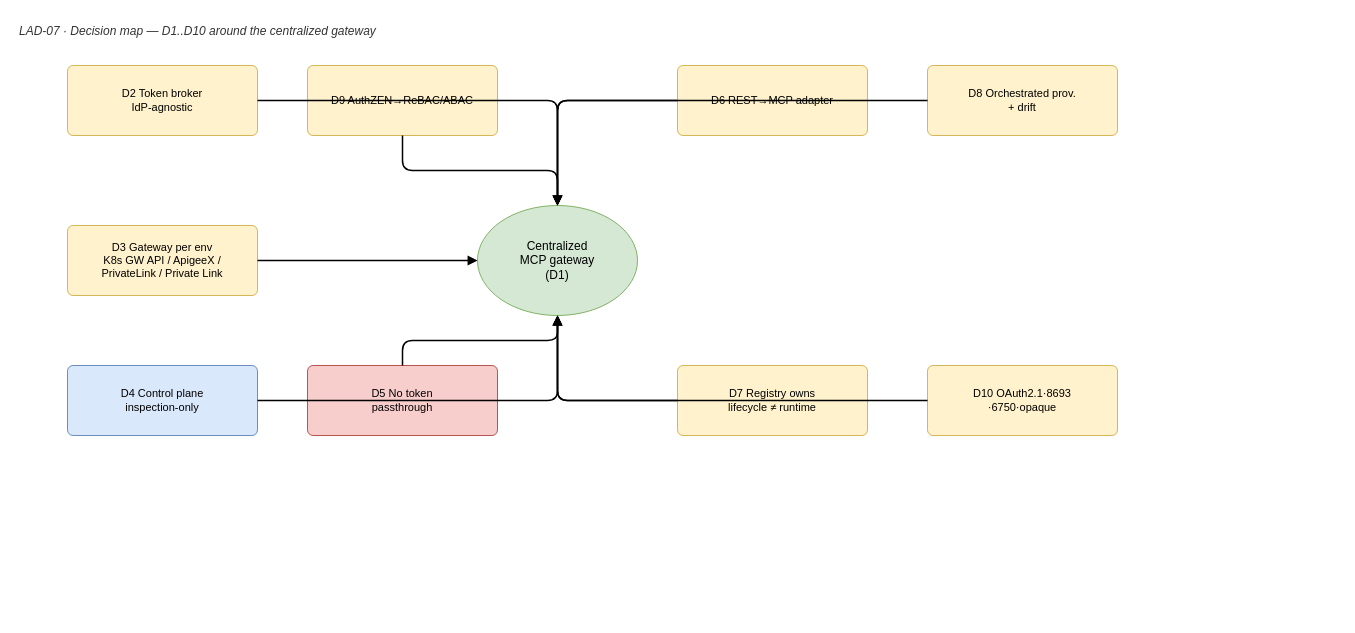
The draw.io diagram page "LAD-07-Decisions" (7 of 7) of docs/archi/taas-lad.drawio in msellamiTN/taas-provenance-discovery, before the edit. Source tidied: cells renumbered, new cells numbered last; positions are measured from the earlier drawing's top-left corner, leaving out a move shared by most shapes. Both pictures are drawn from the tidied source at 100%, with x=0, y=0 at pixel (17, 17).
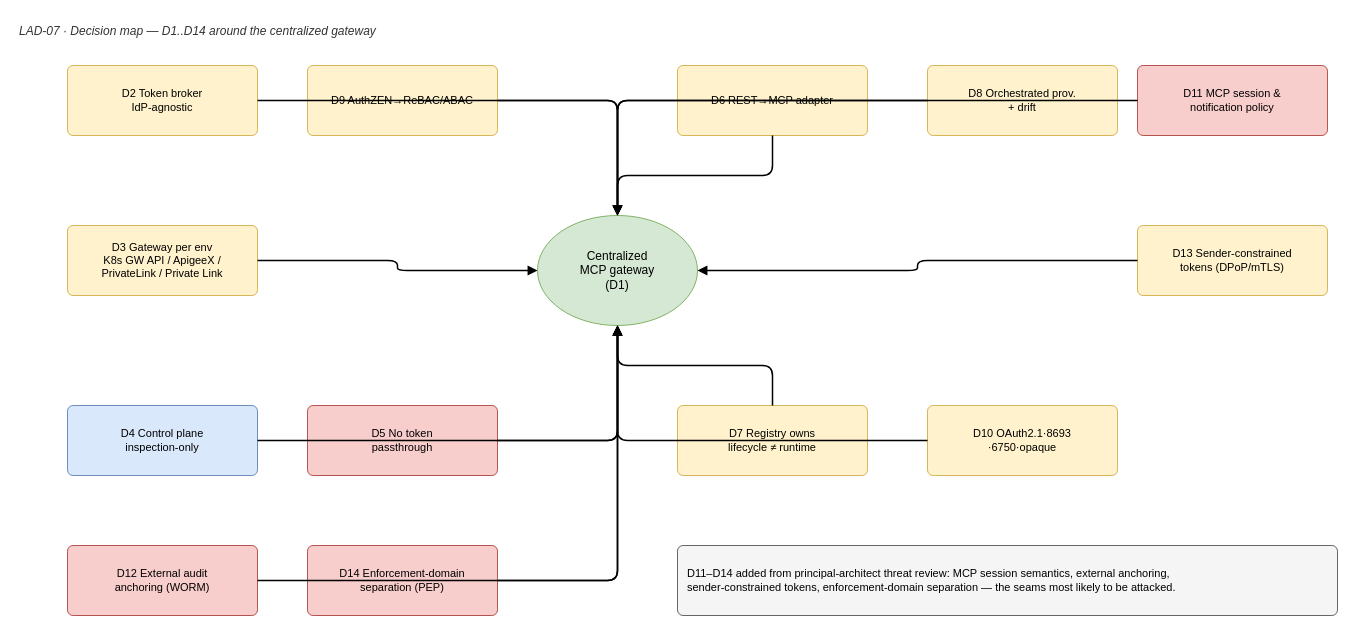
The same diagram, later.

Commit message (it also covers changes not shown here):
docs(archi): fold principal-architect threat review into megaplan/LAD/PAD/extension; add STU-07 gap map

The change refers to these unchanged cells:
```xml
<mxCell id="4" value="D2 Token broker&lt;br&gt;IdP-agnostic" style="rounded=1;whiteSpace=wrap;html=1;fontSize=11;arcSize=8;align=center;verticalAlign=middle;fillColor=#fff2cc;strokeColor=#d6b656;" parent="1" vertex="1">
  <mxGeometry x="50" y="48" width="190" height="70" as="geometry" />
</mxCell>
<mxCell id="5" value="D9 AuthZEN→ReBAC/ABAC" style="rounded=1;whiteSpace=wrap;html=1;fontSize=11;arcSize=8;align=center;verticalAlign=middle;fillColor=#fff2cc;strokeColor=#d6b656;" parent="1" vertex="1">
  <mxGeometry x="290" y="48" width="190" height="70" as="geometry" />
</mxCell>
<mxCell id="6" value="D6 REST→MCP adapter" style="rounded=1;whiteSpace=wrap;html=1;fontSize=11;arcSize=8;align=center;verticalAlign=middle;fillColor=#fff2cc;strokeColor=#d6b656;" parent="1" vertex="1">
  <mxGeometry x="660" y="48" width="190" height="70" as="geometry" />
</mxCell>
<mxCell id="7" value="D8 Orchestrated prov.&lt;br&gt;+ drift" style="rounded=1;whiteSpace=wrap;html=1;fontSize=11;arcSize=8;align=center;verticalAlign=middle;fillColor=#fff2cc;strokeColor=#d6b656;" parent="1" vertex="1">
  <mxGeometry x="910" y="48" width="190" height="70" as="geometry" />
</mxCell>
<mxCell id="8" value="D3 Gateway per env&lt;br&gt;K8s GW API / ApigeeX /&lt;br&gt;PrivateLink / Private Link" style="rounded=1;whiteSpace=wrap;html=1;fontSize=11;arcSize=8;align=center;verticalAlign=middle;fillColor=#fff2cc;strokeColor=#d6b656;" parent="1" vertex="1">
  <mxGeometry x="50" y="208" width="190" height="70" as="geometry" />
</mxCell>
```

What changed in the source:
```diff
@@
-    <mxCell id="2" value="LAD-07 · Decision map — D1..D10 around the centralized gateway" style="text;html=1;fontSize=12;fontStyle=2;fontColor=#333333;" parent="1" vertex="1">
+    <mxCell id="2" value="LAD-07 · Decision map — D1..D14 around the centralized gateway" style="text;html=1;fontSize=12;fontStyle=2;fontColor=#333333;" parent="1" vertex="1">
       <mxGeometry width="1200" height="26" as="geometry" />
     </mxCell>
     <mxCell id="3" value="Centralized&lt;br&gt;MCP gateway&lt;br&gt;(D1)" style="ellipse;whiteSpace=wrap;html=1;fontSize=12;fillColor=#d5e8d4;strokeColor=#82b366;" parent="1" vertex="1">
-      <mxGeometry x="460" y="188" width="160" height="110" as="geometry" />
+      <mxGeometry x="520" y="198" width="160" height="110" as="geometry" />
     </mxCell>
@@
+    <mxCell id="22" value="D11 MCP session &amp;&lt;br&gt;notification policy" style="rounded=1;whiteSpace=wrap;html=1;fontSize=11;arcSize=8;align=center;verticalAlign=middle;fillColor=#f8cecc;strokeColor=#b85450;" parent="1" vertex="1">
+      <mxGeometry x="1120" y="48" width="190" height="70" as="geometry" />
+    </mxCell>
@@
+    <mxCell id="23" value="D13 Sender-constrained&lt;br&gt;tokens (DPoP/mTLS)" style="rounded=1;whiteSpace=wrap;html=1;fontSize=11;arcSize=8;align=center;verticalAlign=middle;fillColor=#fff2cc;strokeColor=#d6b656;" parent="1" vertex="1">
+      <mxGeometry x="1120" y="208" width="190" height="70" as="geometry" />
+    </mxCell>
     <mxCell id="9" value="D5 No token&lt;br&gt;passthrough" style="rounded=1;whiteSpace=wrap;html=1;fontSize=11;arcSize=8;align=center;verticalAlign=middle;fillColor=#f8cecc;strokeColor=#b85450;" parent="1" vertex="1">
-      <mxGeometry x="290" y="348" width="190" height="70" as="geometry" />
+      <mxGeometry x="290" y="388" width="190" height="70" as="geometry" />
     </mxCell>
     <mxCell id="10" value="D4 Control plane&lt;br&gt;inspection-only" style="rounded=1;whiteSpace=wrap;html=1;fontSize=11;arcSize=8;align=center;verticalAlign=middle;fillColor=#dae8fc;strokeColor=#6c8ebf;" parent="1" vertex="1">
-      <mxGeometry x="50" y="348" width="190" height="70" as="geometry" />
+      <mxGeometry x="50" y="388" width="190" height="70" as="geometry" />
     </mxCell>
     <mxCell id="11" value="D7 Registry owns&lt;br&gt;lifecycle ≠ runtime" style="rounded=1;whiteSpace=wrap;html=1;fontSize=11;arcSize=8;align=center;verticalAlign=middle;fillColor=#fff2cc;strokeColor=#d6b656;" parent="1" vertex="1">
-      <mxGeometry x="660" y="348" width="190" height="70" as="geometry" />
+      <mxGeometry x="660" y="388" width="190" height="70" as="geometry" />
     </mxCell>
     <mxCell id="12" value="D10 OAuth2.1·8693&lt;br&gt;·6750·opaque" style="rounded=1;whiteSpace=wrap;html=1;fontSize=11;arcSize=8;align=center;verticalAlign=middle;fillColor=#fff2cc;strokeColor=#d6b656;" parent="1" vertex="1">
-      <mxGeometry x="910" y="348" width="190" height="70" as="geometry" />
+      <mxGeometry x="910" y="388" width="190" height="70" as="geometry" />
     </mxCell>
-    <mxCell id="13" style="edgeStyle=orthogonalEdgeStyle;rounded=1;html=1;fontSize=10;endArrow=block;strokeWidth=1.5;" parent="1" edge="1" source="4" target="3">
-      <mxGeometry relative="1" as="geometry" />
-    </mxCell>
-    <mxCell id="14" style="edgeStyle=orthogonalEdgeStyle;rounded=1;html=1;fontSize=10;endArrow=block;strokeWidth=1.5;" parent="1" edge="1" source="5" target="3">
-      <mxGeometry relative="1" as="geometry" />
-    </mxCell>
-    <mxCell id="15" style="edgeStyle=orthogonalEdgeStyle;rounded=1;html=1;fontSize=10;endArrow=block;strokeWidth=1.5;" parent="1" edge="1" source="6" target="3">
-      <mxGeometry relative="1" as="geometry" />
-    </mxCell>
-    <mxCell id="16" style="edgeStyle=orthogonalEdgeStyle;rounded=1;html=1;fontSize=10;endArrow=block;strokeWidth=1.5;" parent="1" edge="1" source="7" target="3">
-      <mxGeometry relative="1" as="geometry" />
-    </mxCell>
+    <mxCell id="24" value="D12 External audit&lt;br&gt;anchoring (WORM)" style="rounded=1;whiteSpace=wrap;html=1;fontSize=11;arcSize=8;align=center;verticalAlign=middle;fillColor=#f8cecc;strokeColor=#b85450;" parent="1" vertex="1">
+      <mxGeometry x="50" y="528" width="190" height="70" as="geometry" />
+    </mxCell>
+    <mxCell id="25" value="D14 Enforcement-domain&lt;br&gt;separation (PEP)" style="rounded=1;whiteSpace=wrap;html=1;fontSize=11;arcSize=8;align=center;verticalAlign=middle;fillColor=#f8cecc;strokeColor=#b85450;" parent="1" vertex="1">
+      <mxGeometry x="290" y="528" width="190" height="70" as="geometry" />
+    </mxCell>
-    <mxCell id="17" style="edgeStyle=orthogonalEdgeStyle;rounded=1;html=1;fontSize=10;endArrow=block;strokeWidth=1.5;" parent="1" edge="1" source="8" target="3">
+    <mxCell id="17" style="edgeStyle=orthogonalEdgeStyle;rounded=1;html=1;fontSize=10;endArrow=block;strokeWidth=1.5;" parent="1" edge="1" source="4" target="3">
       <mxGeometry relative="1" as="geometry" />
     </mxCell>
-    <mxCell id="18" style="edgeStyle=orthogonalEdgeStyle;rounded=1;html=1;fontSize=10;endArrow=block;strokeWidth=1.5;" parent="1" edge="1" source="9" target="3">
+    <mxCell id="18" style="edgeStyle=orthogonalEdgeStyle;rounded=1;html=1;fontSize=10;endArrow=block;strokeWidth=1.5;" parent="1" edge="1" source="5" target="3">
       <mxGeometry relative="1" as="geometry" />
     </mxCell>
-    <mxCell id="19" style="edgeStyle=orthogonalEdgeStyle;rounded=1;html=1;fontSize=10;endArrow=block;strokeWidth=1.5;" parent="1" edge="1" source="10" target="3">
+    <mxCell id="19" style="edgeStyle=orthogonalEdgeStyle;rounded=1;html=1;fontSize=10;endArrow=block;strokeWidth=1.5;" parent="1" edge="1" source="6" target="3">
       <mxGeometry relative="1" as="geometry" />
     </mxCell>
-    <mxCell id="20" style="edgeStyle=orthogonalEdgeStyle;rounded=1;html=1;fontSize=10;endArrow=block;strokeWidth=1.5;" parent="1" edge="1" source="11" target="3">
+    <mxCell id="20" style="edgeStyle=orthogonalEdgeStyle;rounded=1;html=1;fontSize=10;endArrow=block;strokeWidth=1.5;" parent="1" edge="1" source="7" target="3">
       <mxGeometry relative="1" as="geometry" />
     </mxCell>
-    <mxCell id="21" style="edgeStyle=orthogonalEdgeStyle;rounded=1;html=1;fontSize=10;endArrow=block;strokeWidth=1.5;" parent="1" edge="1" source="12" target="3">
+    <mxCell id="21" style="edgeStyle=orthogonalEdgeStyle;rounded=1;html=1;fontSize=10;endArrow=block;strokeWidth=1.5;" parent="1" edge="1" source="22" target="3">
       <mxGeometry relative="1" as="geometry" />
     </mxCell>
+    <mxCell id="26" style="edgeStyle=orthogonalEdgeStyle;rounded=1;html=1;fontSize=10;endArrow=block;strokeWidth=1.5;" parent="1" edge="1" source="8" target="3">
+      <mxGeometry relative="1" as="geometry" />
+    </mxCell>
+    <mxCell id="27" style="edgeStyle=orthogonalEdgeStyle;rounded=1;html=1;fontSize=10;endArrow=block;strokeWidth=1.5;" parent="1" edge="1" source="23" target="3">
+      <mxGeometry relative="1" as="geometry" />
+    </mxCell>
+    <mxCell id="28" style="edgeStyle=orthogonalEdgeStyle;rounded=1;html=1;fontSize=10;endArrow=block;strokeWidth=1.5;" parent="1" edge="1" source="9" target="3">
+      <mxGeometry relative="1" as="geometry" />
+    </mxCell>
+    <mxCell id="29" style="edgeStyle=orthogonalEdgeStyle;rounded=1;html=1;fontSize=10;endArrow=block;strokeWidth=1.5;" parent="1" edge="1" source="10" target="3">
+      <mxGeometry relative="1" as="geometry" />
+    </mxCell>
+    <mxCell id="30" style="edgeStyle=orthogonalEdgeStyle;rounded=1;html=1;fontSize=10;endArrow=block;strokeWidth=1.5;" parent="1" edge="1" source="11" target="3">
+      <mxGeometry relative="1" as="geometry" />
+    </mxCell>
+    <mxCell id="31" style="edgeStyle=orthogonalEdgeStyle;rounded=1;html=1;fontSize=10;endArrow=block;strokeWidth=1.5;" parent="1" edge="1" source="12" target="3">
+      <mxGeometry relative="1" as="geometry" />
+    </mxCell>
+    <mxCell id="32" style="edgeStyle=orthogonalEdgeStyle;rounded=1;html=1;fontSize=10;endArrow=block;strokeWidth=1.5;" parent="1" edge="1" source="24" target="3">
+      <mxGeometry relative="1" as="geometry" />
+    </mxCell>
+    <mxCell id="33" style="edgeStyle=orthogonalEdgeStyle;rounded=1;html=1;fontSize=10;endArrow=block;strokeWidth=1.5;" parent="1" edge="1" source="25" target="3">
+      <mxGeometry relative="1" as="geometry" />
+    </mxCell>
+    <mxCell id="34" value="D11–D14 added from principal-architect threat review: MCP session semantics, external anchoring,&lt;br&gt;sender-constrained tokens, enforcement-domain separation — the seams most likely to be attacked." style="rounded=1;whiteSpace=wrap;html=1;fontSize=11;arcSize=8;align=center;verticalAlign=middle;align=left;spacingLeft=8;verticalAlign=middle;fillColor=#f5f5f5;strokeColor=#666666;" parent="1" vertex="1">
+      <mxGeometry x="660" y="528" width="660" height="70" as="geometry" />
+    </mxCell>
```
